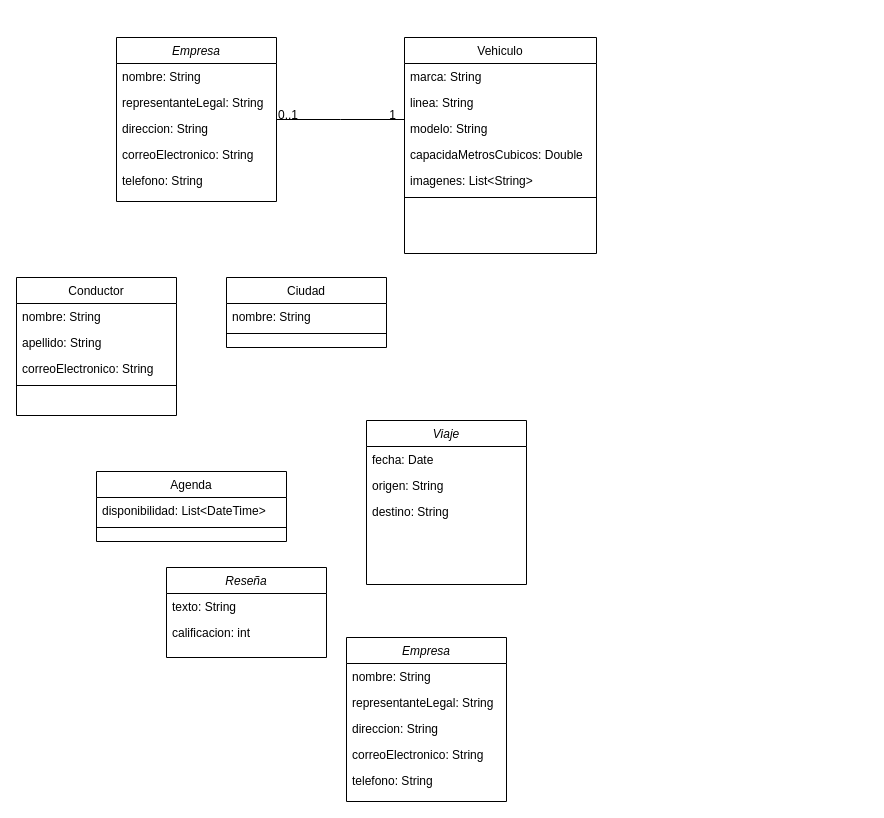
Earlier version of the draw.io diagram Untitled Diagram.drawio (Mleschhorn/Tarea). Source tidied: cells renumbered, new cells numbered last; positions are measured from the earlier drawing's top-left corner, leaving out a move shared by most shapes. Both pictures are drawn from the tidied source at 100%, with x=0, y=0 at pixel (16, 37).
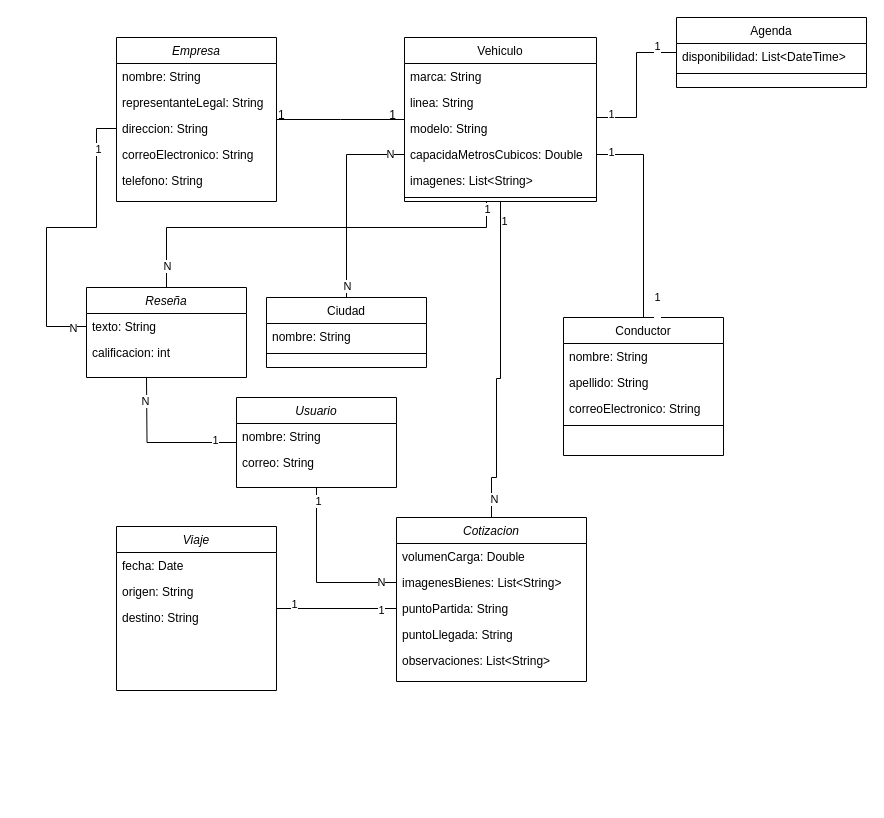
The same diagram, later.

The change refers to these unchanged cells:
```xml
<mxCell id="5" value="direccion: String" style="text;align=left;verticalAlign=top;spacingLeft=4;spacingRight=4;overflow=hidden;points=[[0,0.5],[1,0.5]];portConstraint=eastwest;rounded=0;shadow=0;html=0;" parent="2" vertex="1">
  <mxGeometry y="78" width="160" height="26" as="geometry" />
</mxCell>
<mxCell id="20" value="capacidaMetrosCubicos: Double" style="text;align=left;verticalAlign=top;spacingLeft=4;spacingRight=4;overflow=hidden;points=[[0,0.5],[1,0.5]];portConstraint=eastwest;rounded=0;shadow=0;html=0;" parent="16" vertex="1">
  <mxGeometry y="104" width="192" height="26" as="geometry" />
</mxCell>
<mxCell id="22" style="line;html=1;strokeWidth=1;align=left;verticalAlign=middle;spacingTop=-1;spacingLeft=3;spacingRight=3;labelPosition=right;points=[];portConstraint=eastwest;" parent="16" vertex="1">
  <mxGeometry y="156" width="192" height="8" as="geometry" />
</mxCell>
<mxCell id="23" style="endArrow=none;shadow=0;strokeWidth=1;rounded=0;curved=0;endFill=0;edgeStyle=elbowEdgeStyle;elbow=vertical;" parent="1" edge="1" source="2" target="16">
  <mxGeometry x="0.5" y="41" relative="1" as="geometry">
    <mxPoint x="-40" y="32" as="offset" />
  </mxGeometry>
</mxCell>
<mxCell id="34" value="texto: String" style="text;align=left;verticalAlign=top;spacingLeft=4;spacingRight=4;overflow=hidden;points=[[0,0.5],[1,0.5]];portConstraint=eastwest;" parent="33" vertex="1">
  <mxGeometry y="26" width="160" height="26" as="geometry" />
</mxCell>
```

The edit, as a diff of the source:
```diff
@@
     <mxCell id="8" value="Conductor&#10;" style="swimlane;fontStyle=0;align=center;verticalAlign=top;horizontal=1;startSize=26;rounded=0;shadow=0;strokeWidth=1;" parent="1" vertex="1">
-      <mxGeometry y="240" width="160" height="138" as="geometry" />
+      <mxGeometry x="547" y="280" width="160" height="138" as="geometry" />
     </mxCell>
@@
     <mxCell id="13" value="Ciudad" style="swimlane;fontStyle=0;align=center;verticalAlign=top;horizontal=1;startSize=26;rounded=0;shadow=0;strokeWidth=1;" parent="1" vertex="1">
-      <mxGeometry x="210" y="240" width="160" height="70" as="geometry" />
+      <mxGeometry x="250" y="260" width="160" height="70" as="geometry" />
     </mxCell>
@@
+    <mxCell id="42" style="edgeStyle=orthogonalEdgeStyle;rounded=0;jettySize=auto;html=1;entryX=0;entryY=0.5;entryDx=0;entryDy=0;endArrow=none;endFill=0;" parent="1" edge="1" source="16" target="30">
+      <mxGeometry relative="1" as="geometry">
+        <Array as="points">
+          <mxPoint x="620" y="80" />
+          <mxPoint x="620" y="15" />
+        </Array>
+      </mxGeometry>
+    </mxCell>
+    <mxCell id="43" value="1&lt;div&gt;&lt;br&gt;&lt;/div&gt;" style="edgeLabel;html=1;align=center;verticalAlign=middle;" parent="42" vertex="1">
+      <mxGeometry x="-0.81" y="-3" relative="1" as="geometry" />
+    </mxCell>
+    <mxCell id="44" value="1&lt;div&gt;&lt;br&gt;&lt;/div&gt;" style="edgeLabel;html=1;align=center;verticalAlign=middle;" parent="42" vertex="1">
+      <mxGeometry x="0.73" relative="1" as="geometry" />
+    </mxCell>
+    <mxCell id="45" style="edgeStyle=orthogonalEdgeStyle;rounded=0;jettySize=auto;html=1;entryX=0.5;entryY=0;entryDx=0;entryDy=0;endArrow=none;endFill=0;" parent="1" edge="1" source="16" target="36">
+      <mxGeometry relative="1" as="geometry">
+        <Array as="points">
+          <mxPoint x="484" y="341" />
+          <mxPoint x="480" y="341" />
+          <mxPoint x="480" y="440" />
+          <mxPoint x="475" y="440" />
+        </Array>
+      </mxGeometry>
+    </mxCell>
+    <mxCell id="46" value="N" style="edgeLabel;html=1;align=center;verticalAlign=middle;" parent="45" vertex="1">
+      <mxGeometry x="0.88" y="2" relative="1" as="geometry" />
+    </mxCell>
+    <mxCell id="47" value="1" style="edgeLabel;html=1;align=center;verticalAlign=middle;" parent="45" vertex="1">
+      <mxGeometry x="-0.89" y="3" relative="1" as="geometry">
+        <mxPoint y="1" as="offset" />
+      </mxGeometry>
+    </mxCell>
     <mxCell id="16" value="Vehiculo" style="swimlane;fontStyle=0;align=center;verticalAlign=top;horizontal=1;startSize=26;rounded=0;shadow=0;strokeWidth=1;" parent="1" vertex="1">
-      <mxGeometry x="388" width="192" height="216" as="geometry" />
+      <mxGeometry x="388" width="192" height="164" as="geometry" />
     </mxCell>
@@
-    <mxCell id="24" value="0..1" style="align=left;verticalAlign=bottom;labelBackgroundColor=none;fontSize=12;" parent="23" vertex="1">
+    <mxCell id="24" value="1&#10;" style="align=left;verticalAlign=bottom;labelBackgroundColor=none;fontSize=12;" parent="23" vertex="1">
       <mxGeometry x="-1" relative="1" as="geometry">
-        <mxPoint y="4" as="offset" />
+        <mxPoint y="18" as="offset" />
       </mxGeometry>
     </mxCell>
@@
     <mxCell id="26" value="Viaje" style="swimlane;fontStyle=2;align=center;verticalAlign=top;horizontal=1;startSize=26;rounded=0;shadow=0;strokeWidth=1;" parent="1" vertex="1">
-      <mxGeometry x="350" y="383" width="160" height="164" as="geometry" />
+      <mxGeometry x="100" y="489" width="160" height="164" as="geometry" />
     </mxCell>
@@
     <mxCell id="30" value="Agenda" style="swimlane;fontStyle=0;align=center;verticalAlign=top;horizontal=1;startSize=26;rounded=0;shadow=0;strokeWidth=1;" parent="1" vertex="1">
-      <mxGeometry x="80" y="434" width="190" height="70" as="geometry" />
+      <mxGeometry x="660" y="-20" width="190" height="70" as="geometry" />
     </mxCell>
@@
     <mxCell id="33" value="Reseña" style="swimlane;fontStyle=2;align=center;verticalAlign=top;horizontal=1;startSize=26;rounded=0;shadow=0;strokeWidth=1;" parent="1" vertex="1">
-      <mxGeometry x="150" y="530" width="160" height="90" as="geometry" />
+      <mxGeometry x="70" y="250" width="160" height="90" as="geometry" />
     </mxCell>
@@
-    <mxCell id="36" value="Empresa" style="swimlane;fontStyle=2;align=center;verticalAlign=top;horizontal=1;startSize=26;rounded=0;shadow=0;strokeWidth=1;" parent="1" vertex="1">
-      <mxGeometry x="330" y="600" width="160" height="164" as="geometry" />
+    <mxCell id="36" value="Cotizacion" style="swimlane;fontStyle=2;align=center;verticalAlign=top;horizontal=1;startSize=26;rounded=0;shadow=0;strokeWidth=1;" parent="1" vertex="1">
+      <mxGeometry x="380" y="480" width="190" height="164" as="geometry" />
     </mxCell>
-    <mxCell id="37" value="nombre: String" style="text;align=left;verticalAlign=top;spacingLeft=4;spacingRight=4;overflow=hidden;" parent="36" vertex="1">
-      <mxGeometry y="26" width="160" height="26" as="geometry" />
+    <mxCell id="37" value="volumenCarga: Double" style="text;align=left;verticalAlign=top;spacingLeft=4;spacingRight=4;overflow=hidden;" parent="36" vertex="1">
+      <mxGeometry y="26" width="190" height="26" as="geometry" />
     </mxCell>
-    <mxCell id="38" value="representanteLegal: String" style="text;align=left;verticalAlign=top;spacingLeft=4;spacingRight=4;overflow=hidden;points=[[0,0.5],[1,0.5]];portConstraint=eastwest;rounded=0;shadow=0;html=0;" parent="36" vertex="1">
-      <mxGeometry y="52" width="160" height="26" as="geometry" />
+    <mxCell id="38" value="imagenesBienes: List&lt;String&gt;" style="text;align=left;verticalAlign=top;spacingLeft=4;spacingRight=4;overflow=hidden;points=[[0,0.5],[1,0.5]];portConstraint=eastwest;rounded=0;shadow=0;html=0;" parent="36" vertex="1">
+      <mxGeometry y="52" width="190" height="26" as="geometry" />
     </mxCell>
-    <mxCell id="39" value="direccion: String" style="text;align=left;verticalAlign=top;spacingLeft=4;spacingRight=4;overflow=hidden;points=[[0,0.5],[1,0.5]];portConstraint=eastwest;rounded=0;shadow=0;html=0;" parent="36" vertex="1">
-      <mxGeometry y="78" width="160" height="26" as="geometry" />
+    <mxCell id="39" value="puntoPartida: String" style="text;align=left;verticalAlign=top;spacingLeft=4;spacingRight=4;overflow=hidden;points=[[0,0.5],[1,0.5]];portConstraint=eastwest;rounded=0;shadow=0;html=0;" parent="36" vertex="1">
+      <mxGeometry y="78" width="190" height="26" as="geometry" />
     </mxCell>
-    <mxCell id="40" value="correoElectronico: String" style="text;align=left;verticalAlign=top;spacingLeft=4;spacingRight=4;overflow=hidden;rounded=0;shadow=0;html=0;" parent="36" vertex="1">
-      <mxGeometry y="104" width="160" height="26" as="geometry" />
+    <mxCell id="40" value="puntoLlegada: String" style="text;align=left;verticalAlign=top;spacingLeft=4;spacingRight=4;overflow=hidden;rounded=0;shadow=0;html=0;" parent="36" vertex="1">
+      <mxGeometry y="104" width="190" height="26" as="geometry" />
     </mxCell>
-    <mxCell id="41" value="telefono: String" style="text;align=left;verticalAlign=top;spacingLeft=4;spacingRight=4;overflow=hidden;rounded=0;shadow=0;html=0;" parent="36" vertex="1">
-      <mxGeometry y="130" width="160" height="26" as="geometry" />
+    <mxCell id="41" value="observaciones: List&lt;String&gt;" style="text;align=left;verticalAlign=top;spacingLeft=4;spacingRight=4;overflow=hidden;rounded=0;shadow=0;html=0;" parent="36" vertex="1">
+      <mxGeometry y="130" width="190" height="26" as="geometry" />
     </mxCell>
+    <mxCell id="48" style="edgeStyle=orthogonalEdgeStyle;rounded=0;jettySize=auto;html=1;endArrow=none;endFill=0;" parent="1" edge="1" source="54">
+      <mxGeometry relative="1" as="geometry">
+        <mxPoint x="130" y="340" as="targetPoint" />
+      </mxGeometry>
+    </mxCell>
+    <mxCell id="49" value="N" style="edgeLabel;html=1;align=center;verticalAlign=middle;" parent="48" vertex="1">
+      <mxGeometry x="0.7" y="2" relative="1" as="geometry" />
+    </mxCell>
+    <mxCell id="50" value="1" style="edgeLabel;html=1;align=center;verticalAlign=middle;" parent="48" vertex="1">
+      <mxGeometry x="-0.72" y="-3" relative="1" as="geometry" />
+    </mxCell>
+    <mxCell id="51" style="edgeStyle=orthogonalEdgeStyle;rounded=0;jettySize=auto;html=1;entryX=0;entryY=0.5;entryDx=0;entryDy=0;endArrow=none;endFill=0;" parent="1" edge="1" source="54" target="38">
+      <mxGeometry relative="1" as="geometry" />
+    </mxCell>
+    <mxCell id="52" value="1" style="edgeLabel;html=1;align=center;verticalAlign=middle;" parent="51" vertex="1">
+      <mxGeometry x="-0.85" y="1" relative="1" as="geometry" />
+    </mxCell>
+    <mxCell id="53" value="N" style="edgeLabel;html=1;align=center;verticalAlign=middle;" parent="51" vertex="1">
+      <mxGeometry x="0.82" relative="1" as="geometry">
+        <mxPoint y="-1" as="offset" />
+      </mxGeometry>
+    </mxCell>
+    <mxCell id="54" value="Usuario" style="swimlane;fontStyle=2;align=center;verticalAlign=top;horizontal=1;startSize=26;rounded=0;shadow=0;strokeWidth=1;" parent="1" vertex="1">
+      <mxGeometry x="220" y="360" width="160" height="90" as="geometry" />
+    </mxCell>
+    <mxCell id="55" value="nombre: String" style="text;align=left;verticalAlign=top;spacingLeft=4;spacingRight=4;overflow=hidden;" parent="54" vertex="1">
+      <mxGeometry y="26" width="160" height="26" as="geometry" />
+    </mxCell>
+    <mxCell id="56" value="correo: String" style="text;align=left;verticalAlign=top;spacingLeft=4;spacingRight=4;overflow=hidden;rounded=0;shadow=0;html=0;" parent="54" vertex="1">
+      <mxGeometry y="52" width="160" height="26" as="geometry" />
+    </mxCell>
+    <mxCell id="57" style="edgeStyle=orthogonalEdgeStyle;rounded=0;jettySize=auto;html=1;entryX=0.5;entryY=0;entryDx=0;entryDy=0;endArrow=none;endFill=0;" parent="1" edge="1" source="20" target="8">
+      <mxGeometry relative="1" as="geometry" />
+    </mxCell>
+    <mxCell id="58" value="1" style="edgeLabel;html=1;align=center;verticalAlign=middle;" parent="57" vertex="1">
+      <mxGeometry x="-0.86" y="3" relative="1" as="geometry">
+        <mxPoint x="-1" as="offset" />
+      </mxGeometry>
+    </mxCell>
+    <mxCell id="59" value="1&lt;div&gt;&lt;br&gt;&lt;/div&gt;" style="edgeLabel;html=1;align=center;verticalAlign=middle;" parent="57" vertex="1">
+      <mxGeometry x="0.87" y="1" relative="1" as="geometry">
+        <mxPoint x="12" as="offset" />
+      </mxGeometry>
+    </mxCell>
+    <mxCell id="60" style="edgeStyle=orthogonalEdgeStyle;rounded=0;jettySize=auto;html=1;entryX=0.5;entryY=0;entryDx=0;entryDy=0;endArrow=none;endFill=0;" parent="1" edge="1" source="20" target="13">
+      <mxGeometry relative="1" as="geometry" />
+    </mxCell>
+    <mxCell id="61" value="N" style="edgeLabel;html=1;align=center;verticalAlign=middle;" parent="60" vertex="1">
+      <mxGeometry x="-0.85" y="-1" relative="1" as="geometry" />
+    </mxCell>
+    <mxCell id="62" value="N" style="edgeLabel;html=1;align=center;verticalAlign=middle;" parent="60" vertex="1">
+      <mxGeometry x="0.88" relative="1" as="geometry" />
+    </mxCell>
+    <mxCell id="63" style="edgeStyle=orthogonalEdgeStyle;rounded=0;jettySize=auto;html=1;entryX=0.5;entryY=0;entryDx=0;entryDy=0;endArrow=none;endFill=0;" parent="1" edge="1" source="22" target="33">
+      <mxGeometry relative="1" as="geometry">
+        <Array as="points">
+          <mxPoint x="470" y="190" />
+          <mxPoint x="150" y="190" />
+        </Array>
+      </mxGeometry>
+    </mxCell>
+    <mxCell id="64" value="1" style="edgeLabel;html=1;align=center;verticalAlign=middle;" parent="63" vertex="1">
+      <mxGeometry x="-0.97" relative="1" as="geometry">
+        <mxPoint y="1" as="offset" />
+      </mxGeometry>
+    </mxCell>
+    <mxCell id="65" value="N" style="edgeLabel;html=1;align=center;verticalAlign=middle;" parent="63" vertex="1">
+      <mxGeometry x="0.89" relative="1" as="geometry" />
+    </mxCell>
+    <mxCell id="66" style="edgeStyle=orthogonalEdgeStyle;rounded=0;jettySize=auto;html=1;entryX=1;entryY=0.5;entryDx=0;entryDy=0;endArrow=none;endFill=0;" parent="1" edge="1" source="39" target="26">
+      <mxGeometry relative="1" as="geometry" />
+    </mxCell>
+    <mxCell id="67" value="1" style="edgeLabel;html=1;align=center;verticalAlign=middle;" parent="66" vertex="1">
+      <mxGeometry x="0.74" y="-5" relative="1" as="geometry">
+        <mxPoint x="1" as="offset" />
+      </mxGeometry>
+    </mxCell>
+    <mxCell id="68" value="1" style="edgeLabel;html=1;align=center;verticalAlign=middle;" parent="66" vertex="1">
+      <mxGeometry x="-0.73" y="1" relative="1" as="geometry" />
+    </mxCell>
+    <mxCell id="69" style="edgeStyle=orthogonalEdgeStyle;rounded=0;jettySize=auto;html=1;endArrow=none;endFill=0;" parent="1" edge="1" source="34" target="5">
+      <mxGeometry relative="1" as="geometry">
+        <Array as="points">
+          <mxPoint x="30" y="289" />
+          <mxPoint x="30" y="190" />
+          <mxPoint x="80" y="190" />
+          <mxPoint x="80" y="91" />
+        </Array>
+      </mxGeometry>
+    </mxCell>
+    <mxCell id="70" value="N" style="edgeLabel;html=1;align=center;verticalAlign=middle;" parent="69" vertex="1">
+      <mxGeometry x="-0.91" y="1" relative="1" as="geometry" />
+    </mxCell>
+    <mxCell id="71" value="1" style="edgeLabel;html=1;align=center;verticalAlign=middle;" parent="69" vertex="1">
+      <mxGeometry x="0.74" y="-1" relative="1" as="geometry" />
+    </mxCell>
```
